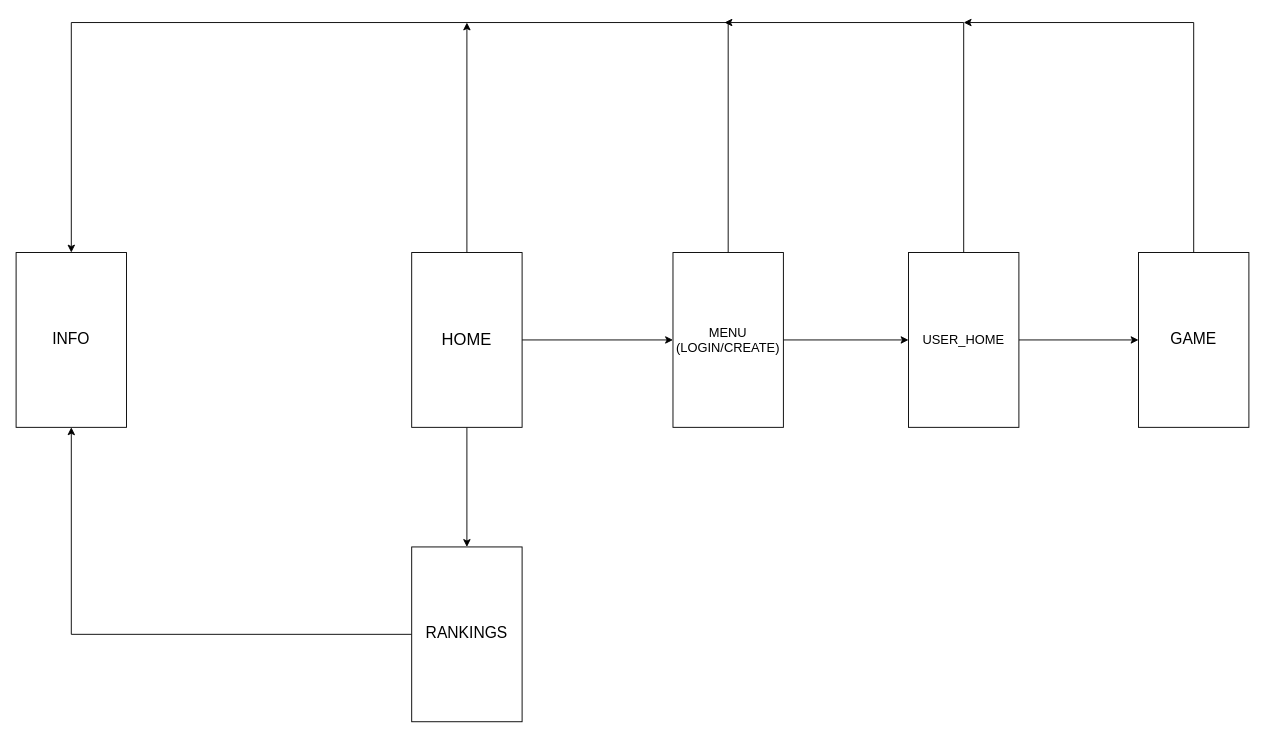
isel-leic-pdm/battleships-g26 keeps this draw.io diagram as app/src/main/java/com/example/battleships/app_navigation.drawio. Above is the earlier version. Source tidied: cells renumbered, new cells numbered last; positions are measured from the earlier drawing's top-left corner, leaving out a move shared by most shapes. Both pictures are drawn from the tidied source at 92%, with x=0, y=0 at pixel (16, 22).
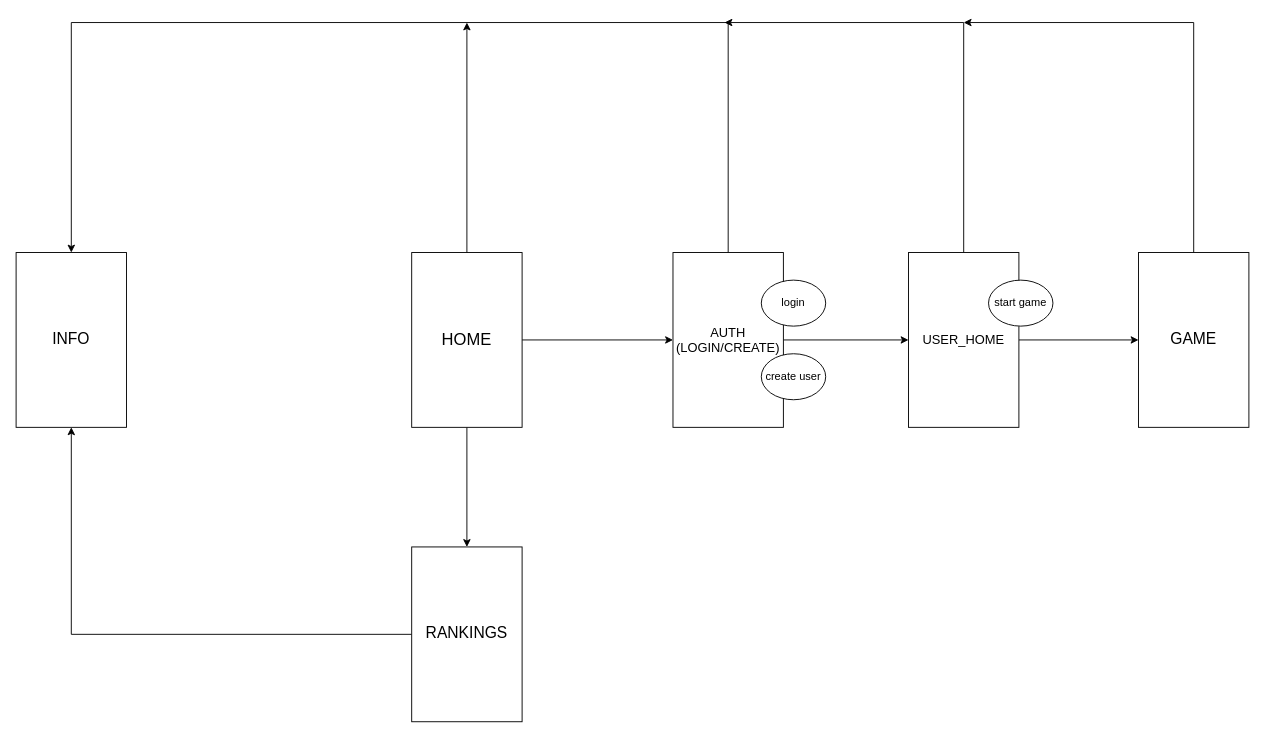
The same diagram, later.

Diff of the diagram source:
```diff
@@
-    <mxCell id="8" value="MENU (LOGIN/CREATE)" style="rounded=0;whiteSpace=wrap;html=1;fontSize=14;" parent="1" vertex="1">
+    <mxCell id="8" value="AUTH&lt;br&gt;(LOGIN/CREATE)" style="rounded=0;whiteSpace=wrap;html=1;fontSize=14;" parent="1" vertex="1">
       <mxGeometry x="714" y="250" width="120" height="190" as="geometry" />
     </mxCell>
@@
+    <mxCell id="17" value="login" style="ellipse;whiteSpace=wrap;html=1;" parent="1" vertex="1">
+      <mxGeometry x="810" y="280" width="70" height="50" as="geometry" />
+    </mxCell>
+    <mxCell id="18" value="create user" style="ellipse;whiteSpace=wrap;html=1;" parent="1" vertex="1">
+      <mxGeometry x="810" y="360" width="70" height="50" as="geometry" />
+    </mxCell>
+    <mxCell id="19" value="start game" style="ellipse;whiteSpace=wrap;html=1;" parent="1" vertex="1">
+      <mxGeometry x="1057" y="280" width="70" height="50" as="geometry" />
+    </mxCell>
```
